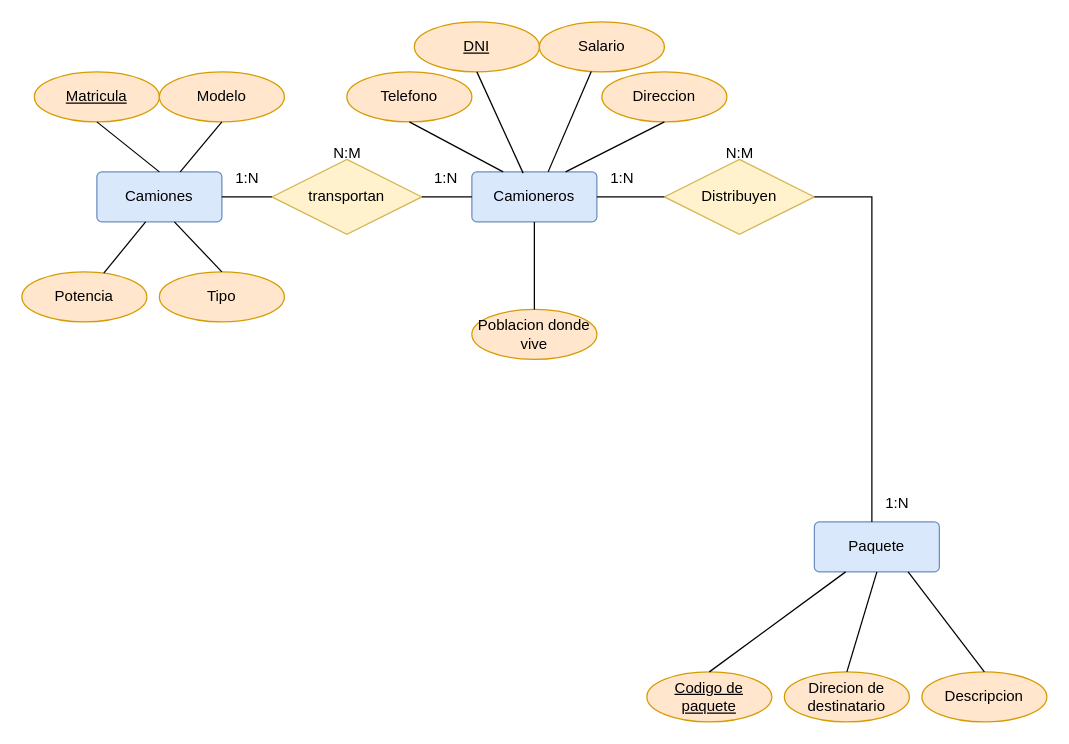
The draw.io diagram Unidad1/Tareas/Tarea 3/Diagrama sin título.drawio in JVC0/Base-Datos, before the edit. Source tidied: cells renumbered, new cells numbered last; positions are measured from the earlier drawing's top-left corner, leaving out a move shared by most shapes. Both pictures are drawn from the tidied source at 125%, with x=0, y=0 at pixel (21, 21).
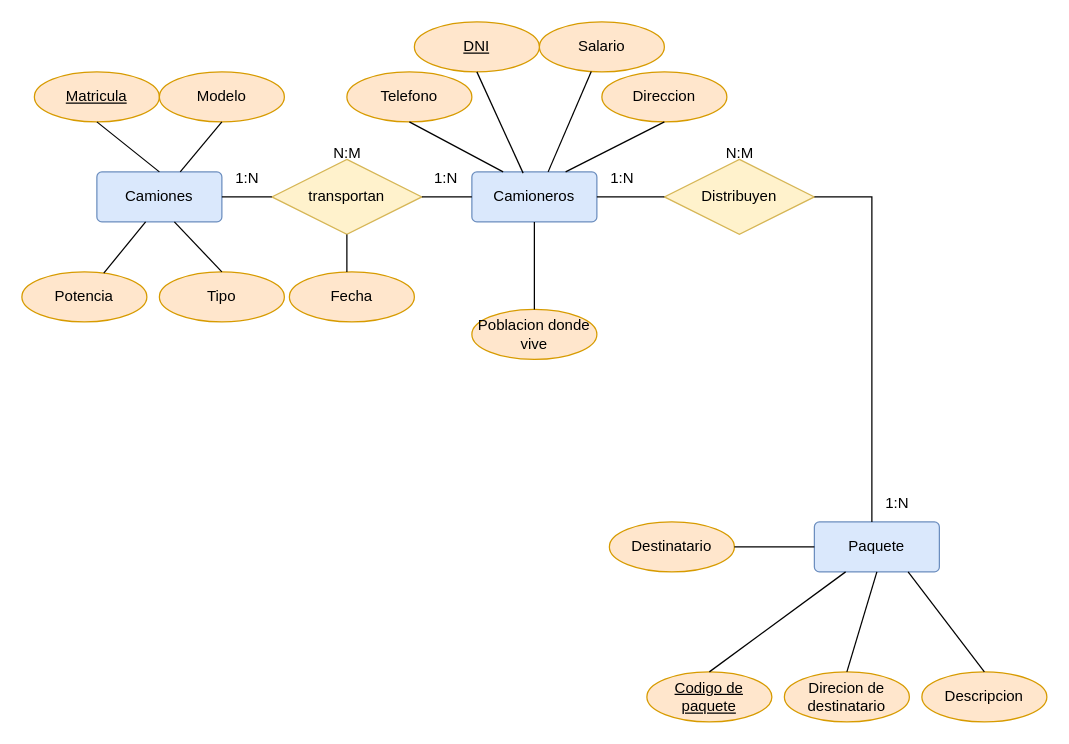
After the change.

Unchanged cells that the change refers to:
```xml
<mxCell id="3" value="Paquete" style="rounded=1;arcSize=10;whiteSpace=wrap;html=1;align=center;fillColor=#dae8fc;strokeColor=#6c8ebf;" parent="1" vertex="1">
  <mxGeometry x="634" y="400" width="100" height="40" as="geometry" />
</mxCell>
<mxCell id="15" value="transportan" style="shape=rhombus;perimeter=rhombusPerimeter;whiteSpace=wrap;html=1;align=center;fillColor=#fff2cc;strokeColor=#d6b656;" parent="1" vertex="1">
  <mxGeometry x="200" y="110" width="120" height="60" as="geometry" />
</mxCell>
```

Change to the diagram source:
```diff
@@
+    <mxCell id="41" value="Destinatario" style="ellipse;whiteSpace=wrap;html=1;align=center;fillColor=#ffe6cc;strokeColor=#d79b00;" parent="1" vertex="1">
+      <mxGeometry x="470" y="400" width="100" height="40" as="geometry" />
+    </mxCell>
+    <mxCell id="42" style="endArrow=none;html=1;rounded=0;entryX=0;entryY=0.5;entryDx=0;entryDy=0;" parent="1" edge="1" source="41" target="3">
+      <mxGeometry relative="1" as="geometry" />
+    </mxCell>
+    <mxCell id="43" value="Fecha" style="ellipse;whiteSpace=wrap;html=1;align=center;fillColor=#ffe6cc;strokeColor=#d79b00;" parent="1" vertex="1">
+      <mxGeometry x="214" y="200" width="100" height="40" as="geometry" />
+    </mxCell>
+    <mxCell id="44" style="endArrow=none;html=1;rounded=0;entryX=0.5;entryY=1;entryDx=0;entryDy=0;" parent="1" edge="1" target="15">
+      <mxGeometry relative="1" as="geometry">
+        <mxPoint x="260" y="200" as="sourcePoint" />
+      </mxGeometry>
+    </mxCell>
```
